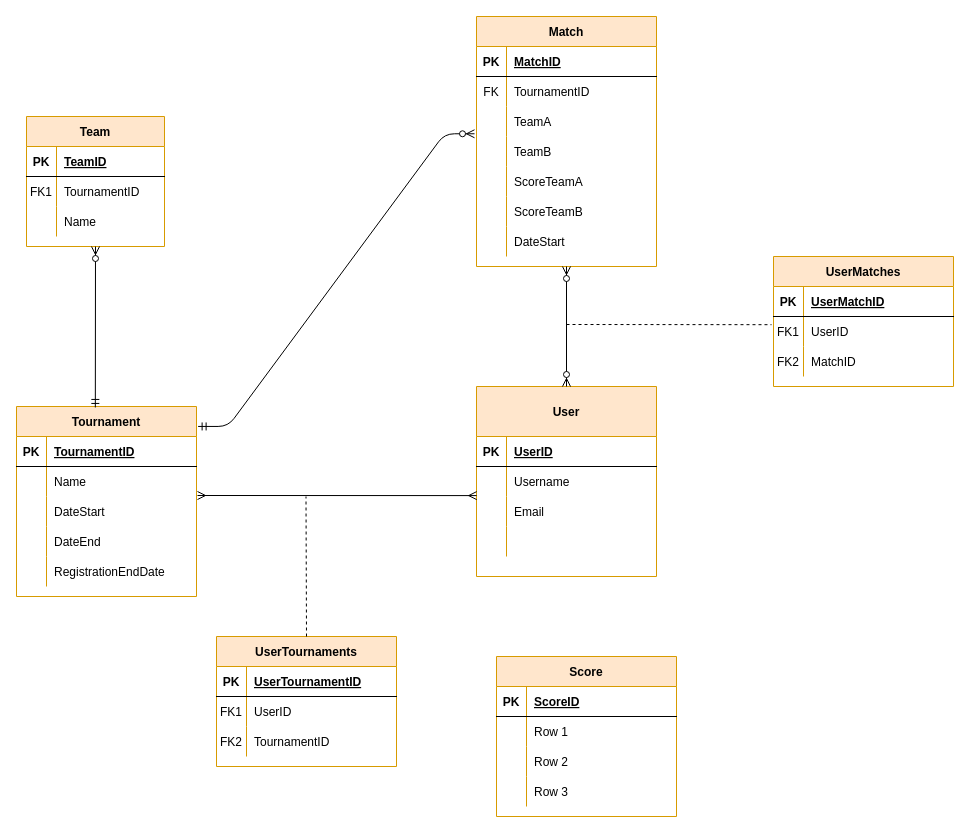
Above: royalrumbet.drawio in maneran/royal-rumbet (draw.io), before the change. Source tidied: cells renumbered, new cells numbered last; positions are measured from the earlier drawing's top-left corner, leaving out a move shared by most shapes. Both pictures are drawn from the tidied source at 100%, with x=0, y=0 at pixel (16, 16).
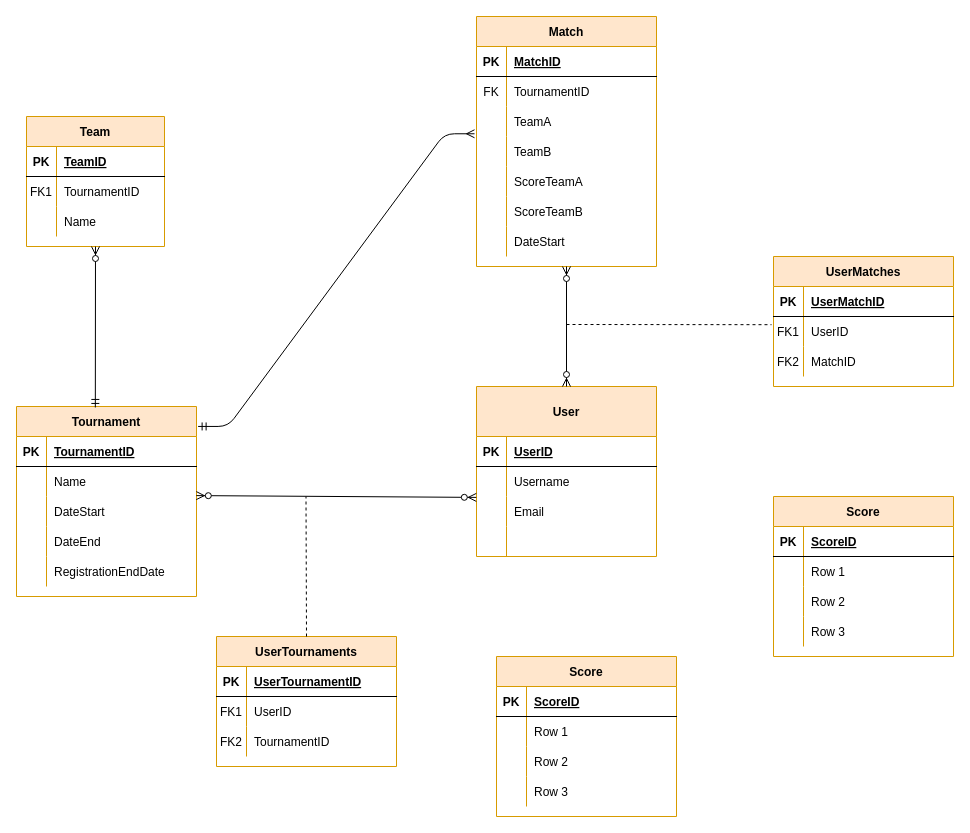
The same diagram, later.

The change refers to these unchanged cells:
```xml
<mxCell id="2" value="Tournament" style="shape=table;startSize=30;childLayout=tableLayout;rowLines=0;fontStyle=1;align=center;strokeColor=#d79b00;fillColor=#ffe6cc;" parent="1" vertex="1">
  <mxGeometry y="390" width="180" height="190" as="geometry" />
</mxCell>
<mxCell id="9" style="shape=partialRectangle;fillColor=none;top=0;left=0;bottom=0;right=0;points=[[0,0.5],[1,0.5]];portConstraint=eastwest;" parent="2" vertex="1">
  <mxGeometry y="90" width="180" height="30" as="geometry" />
</mxCell>
<mxCell id="33" style="shape=partialRectangle;fillColor=none;top=0;left=0;bottom=0;right=0;points=[[0,0.5],[1,0.5]];portConstraint=eastwest;" parent="29" vertex="1">
  <mxGeometry y="80" width="180" height="30" as="geometry" />
</mxCell>
<mxCell id="36" style="shape=partialRectangle;fillColor=none;top=0;left=0;bottom=0;right=0;points=[[0,0.5],[1,0.5]];portConstraint=eastwest;" parent="29" vertex="1">
  <mxGeometry y="110" width="180" height="30" as="geometry" />
</mxCell>
<mxCell id="64" style="shape=partialRectangle;fillColor=none;top=0;left=0;bottom=0;right=0;points=[[0,0.5],[1,0.5]];portConstraint=eastwest;" parent="54" vertex="1">
  <mxGeometry y="120" width="180" height="30" as="geometry" />
</mxCell>
```

Diff of the diagram source:
```diff
@@
     <mxCell id="29" value="User" style="shape=table;startSize=50;childLayout=tableLayout;rowLines=0;fontStyle=1;align=center;strokeColor=#d79b00;fillColor=#ffe6cc;" parent="1" vertex="1">
-      <mxGeometry x="460" y="370" width="180" height="190" as="geometry" />
+      <mxGeometry x="460" y="370" width="180" height="170" as="geometry" />
     </mxCell>
@@
-    <mxCell id="42" style="fontSize=12;html=1;endArrow=ERmany;startArrow=ERmany;strokeColor=#000000;entryX=0.001;entryY=-0.03;entryDx=0;entryDy=0;entryPerimeter=0;" parent="1" edge="1" target="36">
-      <mxGeometry relative="1" as="geometry">
-        <mxPoint x="181" y="479" as="sourcePoint" />
-      </mxGeometry>
-    </mxCell>
@@
-    <mxCell id="76" style="edgeStyle=entityRelationEdgeStyle;fontSize=12;html=1;endArrow=ERzeroToMany;startArrow=ERmandOne;strokeColor=#000000;exitX=1.009;exitY=0.105;exitDx=0;exitDy=0;exitPerimeter=0;entryX=-0.011;entryY=-0.091;entryDx=0;entryDy=0;entryPerimeter=0;" parent="1" edge="1" source="2" target="64">
+    <mxCell id="76" style="edgeStyle=entityRelationEdgeStyle;fontSize=12;html=1;endArrow=ERmany;startArrow=ERmandOne;strokeColor=#000000;exitX=1.009;exitY=0.105;exitDx=0;exitDy=0;exitPerimeter=0;entryX=-0.011;entryY=-0.091;entryDx=0;entryDy=0;entryPerimeter=0;endFill=0;" parent="1" edge="1" source="2" target="64">
       <mxGeometry relative="1" as="geometry" />
     </mxCell>
@@
+    <mxCell id="102" value="Score" style="shape=table;startSize=30;childLayout=tableLayout;rowLines=0;fontStyle=1;align=center;strokeColor=#d79b00;fillColor=#ffe6cc;" parent="1" vertex="1">
+      <mxGeometry x="757" y="480" width="180" height="160" as="geometry" />
+    </mxCell>
+    <mxCell id="103" style="shape=partialRectangle;fillColor=none;top=0;left=0;bottom=1;right=0;" parent="102" vertex="1">
+      <mxGeometry y="30" width="180" height="30" as="geometry" />
+    </mxCell>
+    <mxCell id="104" value="PK" style="shape=partialRectangle;fillColor=none;top=0;left=0;bottom=0;right=0;fontStyle=1;overflow=hidden;" parent="103" vertex="1">
+      <mxGeometry width="30" height="30" as="geometry" />
+    </mxCell>
+    <mxCell id="105" value="ScoreID" style="shape=partialRectangle;fillColor=none;top=0;left=0;bottom=0;right=0;align=left;spacingLeft=6;fontStyle=5;overflow=hidden;" parent="103" vertex="1">
+      <mxGeometry x="30" width="150" height="30" as="geometry" />
+    </mxCell>
+    <mxCell id="106" style="shape=partialRectangle;fillColor=none;top=0;left=0;bottom=0;right=0;" parent="102" vertex="1">
+      <mxGeometry y="60" width="180" height="30" as="geometry" />
+    </mxCell>
+    <mxCell id="107" style="shape=partialRectangle;fillColor=none;top=0;left=0;bottom=0;right=0;overflow=hidden;" parent="106" vertex="1">
+      <mxGeometry width="30" height="30" as="geometry" />
+    </mxCell>
+    <mxCell id="108" value="Row 1" style="shape=partialRectangle;fillColor=none;top=0;left=0;bottom=0;right=0;align=left;spacingLeft=6;overflow=hidden;" parent="106" vertex="1">
+      <mxGeometry x="30" width="150" height="30" as="geometry" />
+    </mxCell>
+    <mxCell id="109" style="shape=partialRectangle;fillColor=none;top=0;left=0;bottom=0;right=0;" parent="102" vertex="1">
+      <mxGeometry y="90" width="180" height="30" as="geometry" />
+    </mxCell>
+    <mxCell id="110" style="shape=partialRectangle;fillColor=none;top=0;left=0;bottom=0;right=0;overflow=hidden;" parent="109" vertex="1">
+      <mxGeometry width="30" height="30" as="geometry" />
+    </mxCell>
+    <mxCell id="111" value="Row 2" style="shape=partialRectangle;fillColor=none;top=0;left=0;bottom=0;right=0;align=left;spacingLeft=6;overflow=hidden;" parent="109" vertex="1">
+      <mxGeometry x="30" width="150" height="30" as="geometry" />
+    </mxCell>
+    <mxCell id="112" style="shape=partialRectangle;fillColor=none;top=0;left=0;bottom=0;right=0;" parent="102" vertex="1">
+      <mxGeometry y="120" width="180" height="30" as="geometry" />
+    </mxCell>
+    <mxCell id="113" style="shape=partialRectangle;fillColor=none;top=0;left=0;bottom=0;right=0;overflow=hidden;" parent="112" vertex="1">
+      <mxGeometry width="30" height="30" as="geometry" />
+    </mxCell>
+    <mxCell id="114" value="Row 3" style="shape=partialRectangle;fillColor=none;top=0;left=0;bottom=0;right=0;align=left;spacingLeft=6;overflow=hidden;" parent="112" vertex="1">
+      <mxGeometry x="30" width="150" height="30" as="geometry" />
+    </mxCell>
+    <mxCell id="115" style="fontSize=12;html=1;endArrow=ERzeroToMany;endFill=1;startArrow=ERzeroToMany;strokeColor=#000000;exitX=0.999;exitY=-0.03;exitDx=0;exitDy=0;exitPerimeter=0;entryX=-0.001;entryY=1.03;entryDx=0;entryDy=0;entryPerimeter=0;" parent="1" edge="1" source="9" target="33">
+      <mxGeometry relative="1" as="geometry" />
+    </mxCell>
```
